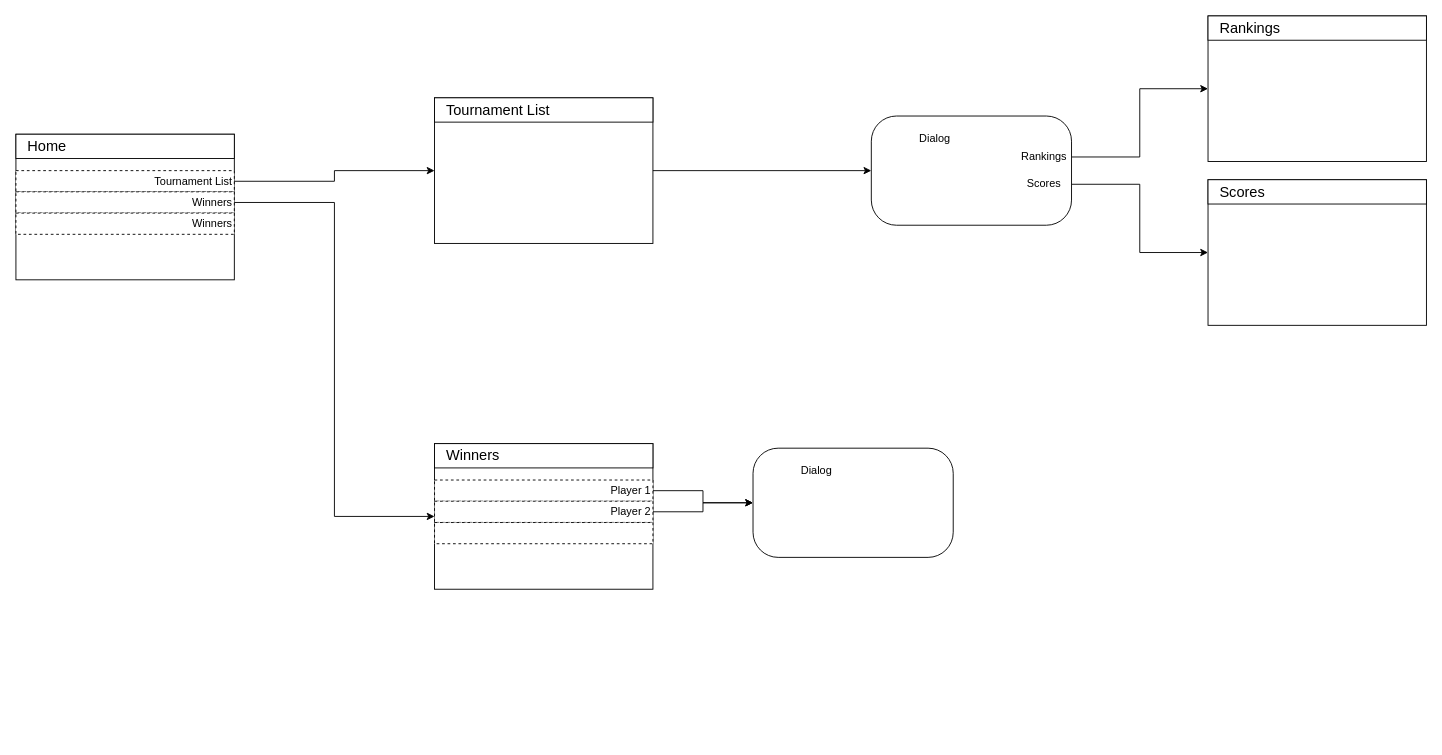
Before: Project/table_relationships.drawio in yenmangu/bridge-extra-mobile, a draw.io diagram. Source tidied: cells renumbered, new cells numbered last; positions are measured from the earlier drawing's top-left corner, leaving out a move shared by most shapes. Both pictures are drawn from the tidied source at 91%, with x=0, y=0 at pixel (15, 15).
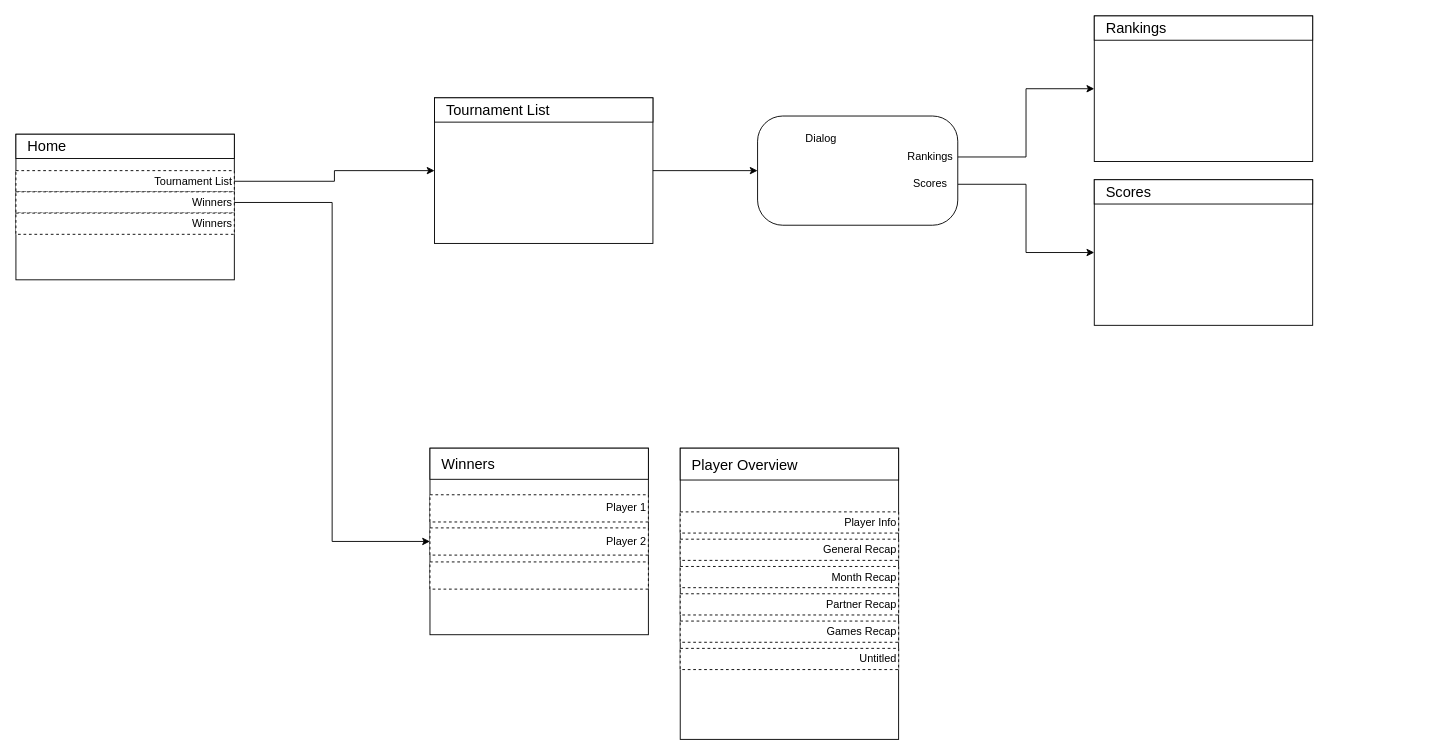
After the change.

The edit, as a diff of the source:
```diff
@@
     <mxCell id="6" style="group;" parent="1" vertex="1">
-      <mxGeometry x="1310" y="180" width="240" height="160" as="geometry" />
+      <mxGeometry x="1185" y="180" width="240" height="160" as="geometry" />
     </mxCell>
@@
     <mxCell id="10" style="group;" parent="1" vertex="1">
-      <mxGeometry x="1310" width="240" height="160" as="geometry" />
+      <mxGeometry x="1185" width="240" height="160" as="geometry" />
     </mxCell>
@@
     <mxCell id="21" style="group;fontSize=16;" parent="1" vertex="1">
-      <mxGeometry x="460" y="470" width="240" height="160" as="geometry" />
+      <mxGeometry x="455" y="475" width="240" height="205" as="geometry" />
     </mxCell>
     <mxCell id="22" style="rounded=0;whiteSpace=wrap;html=1;" parent="21" vertex="1">
-      <mxGeometry width="240" height="160" as="geometry" />
+      <mxGeometry width="240" height="205" as="geometry" />
     </mxCell>
     <mxCell id="23" style="rounded=0;whiteSpace=wrap;html=1;" parent="21" vertex="1">
-      <mxGeometry width="240" height="26.7" as="geometry" />
+      <mxGeometry width="240" height="34.2" as="geometry" />
     </mxCell>
     <mxCell id="24" value="&lt;font style=&quot;font-size: 16px;&quot;&gt;Winners&lt;/font&gt;" style="text;html=1;align=left;verticalAlign=middle;whiteSpace=wrap;rounded=0;" parent="21" vertex="1">
-      <mxGeometry x="10.7" y="6.7" width="218.7" height="13.3" as="geometry" />
+      <mxGeometry x="10.7" y="8.5" width="218.7" height="17.1" as="geometry" />
     </mxCell>
     <mxCell id="25" value="Player 1" style="rounded=0;whiteSpace=wrap;html=1;dashed=1;align=right;" parent="21" vertex="1">
-      <mxGeometry y="40" width="240" height="23.3" as="geometry" />
+      <mxGeometry y="51.2" width="240" height="29.9" as="geometry" />
     </mxCell>
     <mxCell id="26" value="Player 2" style="rounded=0;whiteSpace=wrap;html=1;dashed=1;align=right;" parent="21" vertex="1">
-      <mxGeometry y="63.3" width="240" height="23.3" as="geometry" />
+      <mxGeometry y="87.6" width="240" height="29.9" as="geometry" />
     </mxCell>
     <mxCell id="27" style="rounded=0;whiteSpace=wrap;html=1;dashed=1;align=right;" parent="21" vertex="1">
-      <mxGeometry y="86.7" width="240" height="23.3" as="geometry" />
+      <mxGeometry y="125" width="240" height="29.9" as="geometry" />
     </mxCell>
@@
     <mxCell id="32" style="group;" parent="1" vertex="1">
-      <mxGeometry x="940" y="110" width="220" height="120" as="geometry" />
+      <mxGeometry x="815" y="110" width="220" height="120" as="geometry" />
     </mxCell>
@@
-    <mxCell id="38" style="group;" parent="1" vertex="1">
-      <mxGeometry x="810" y="475" width="220" height="120" as="geometry" />
-    </mxCell>
-    <mxCell id="39" style="rounded=1;whiteSpace=wrap;html=1;arcSize=23;" parent="38" vertex="1">
-      <mxGeometry width="220" height="120" as="geometry" />
-    </mxCell>
-    <mxCell id="40" value="Dialog" style="text;html=1;align=center;verticalAlign=middle;whiteSpace=wrap;rounded=0;" parent="38" vertex="1">
-      <mxGeometry x="40" y="10" width="60" height="30" as="geometry" />
-    </mxCell>
-    <mxCell id="41" style="edgeStyle=orthogonalEdgeStyle;rounded=0;jettySize=auto;html=1;entryX=0;entryY=0.5;entryDx=0;entryDy=0;" parent="1" edge="1" source="25" target="39">
-      <mxGeometry relative="1" as="geometry" />
-    </mxCell>
-    <mxCell id="42" style="edgeStyle=orthogonalEdgeStyle;rounded=0;jettySize=auto;html=1;entryX=0;entryY=0.5;entryDx=0;entryDy=0;" parent="1" edge="1" source="26" target="39">
-      <mxGeometry relative="1" as="geometry" />
-    </mxCell>
+    <mxCell id="43" style="group;fontSize=16;" parent="1" vertex="1">
+      <mxGeometry x="730" y="475" width="240" height="320" as="geometry" />
+    </mxCell>
+    <mxCell id="44" style="rounded=0;whiteSpace=wrap;html=1;" parent="43" vertex="1">
+      <mxGeometry width="240" height="320" as="geometry" />
+    </mxCell>
+    <mxCell id="45" style="rounded=0;whiteSpace=wrap;html=1;" parent="43" vertex="1">
+      <mxGeometry width="240" height="35" as="geometry" />
+    </mxCell>
+    <mxCell id="46" value="&lt;span style=&quot;font-size: 16px;&quot;&gt;Player Overview&lt;/span&gt;" style="text;html=1;align=left;verticalAlign=middle;whiteSpace=wrap;rounded=0;" parent="43" vertex="1">
+      <mxGeometry x="10.7" y="4.2" width="218.7" height="26.7" as="geometry" />
+    </mxCell>
+    <mxCell id="47" value="Player Info" style="rounded=0;whiteSpace=wrap;html=1;dashed=1;align=right;" parent="43" vertex="1">
+      <mxGeometry y="70" width="240" height="23.3" as="geometry" />
+    </mxCell>
+    <mxCell id="48" value="General Recap" style="rounded=0;whiteSpace=wrap;html=1;dashed=1;align=right;" parent="43" vertex="1">
+      <mxGeometry y="100" width="240" height="23.3" as="geometry" />
+    </mxCell>
+    <mxCell id="49" value="Month Recap" style="rounded=0;whiteSpace=wrap;html=1;dashed=1;align=right;" parent="43" vertex="1">
+      <mxGeometry y="130" width="240" height="23.3" as="geometry" />
+    </mxCell>
+    <mxCell id="50" value="Partner Recap" style="rounded=0;whiteSpace=wrap;html=1;dashed=1;align=right;" parent="43" vertex="1">
+      <mxGeometry y="160" width="240" height="23.3" as="geometry" />
+    </mxCell>
+    <mxCell id="51" value="Games Recap" style="rounded=0;whiteSpace=wrap;html=1;dashed=1;align=right;" parent="43" vertex="1">
+      <mxGeometry y="190" width="240" height="23.3" as="geometry" />
+    </mxCell>
+    <mxCell id="52" value="Untitled" style="rounded=0;whiteSpace=wrap;html=1;dashed=1;align=right;" parent="43" vertex="1">
+      <mxGeometry y="220" width="240" height="23.3" as="geometry" />
+    </mxCell>
```
